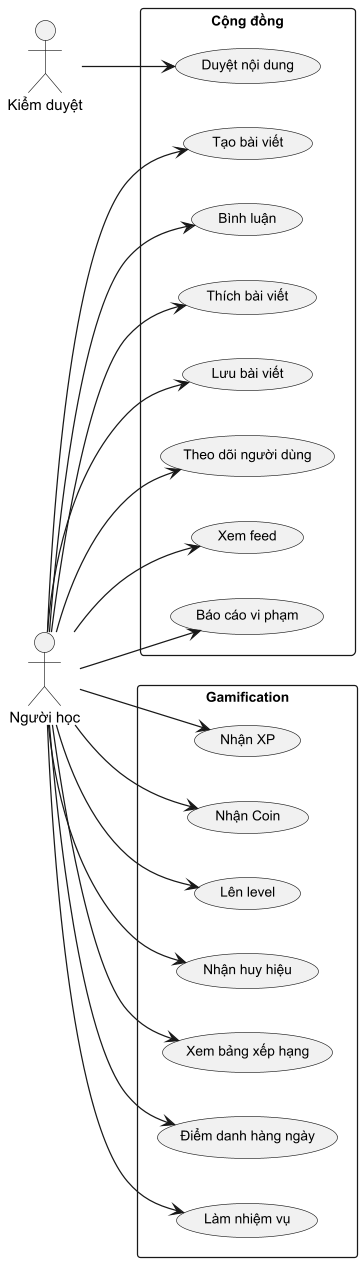
Before: diagrams/uc-social-detail.png, a diagram exported from PlantUML (Lamdzmaoda/Project).
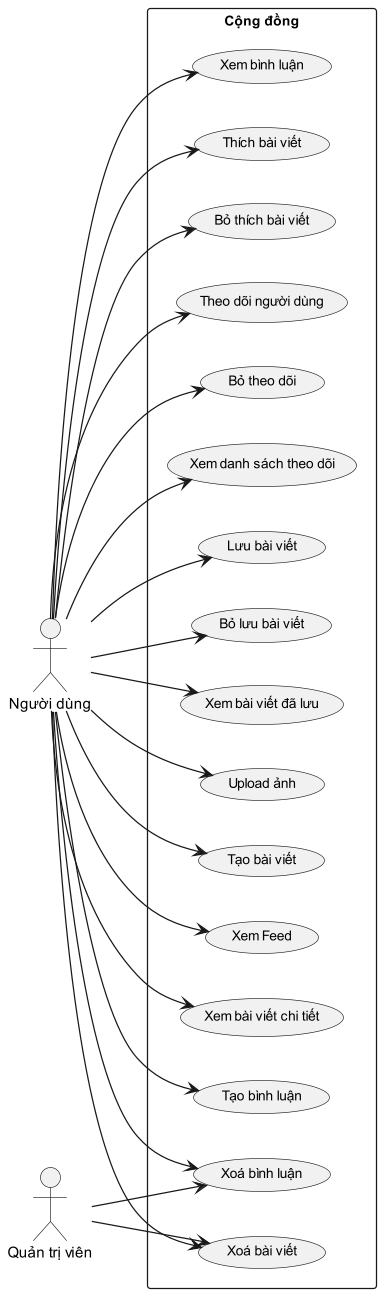
Above is the later version.

Change to the diagram source:
```diff
@@ -7,45 +7,46 @@
 
 left to right direction
 
-actor "Người học" as USER
-actor "Kiểm duyệt" as MOD
+actor "Người dùng" as USER
+actor "Quản trị viên" as ADMIN
 
 rectangle "Cộng đồng" {
-  (Tạo bài viết) as C1
-  (Bình luận) as C2
-  (Thích bài viết) as C3
-  (Lưu bài viết) as C4
-  (Theo dõi người dùng) as C5
-  (Xem feed) as C6
-  (Báo cáo vi phạm) as C7
-  (Duyệt nội dung) as C8
+  (Tạo bài viết) as S1
+  (Xem Feed) as S2
+  (Xem bài viết chi tiết) as S3
+  (Xoá bài viết) as S4
+  (Tạo bình luận) as S5
+  (Xem bình luận) as S6
+  (Xoá bình luận) as S7
+  (Thích bài viết) as S8
+  (Bỏ thích bài viết) as S9
+  (Theo dõi người dùng) as S10
+  (Bỏ theo dõi) as S11
+  (Xem danh sách theo dõi) as S12
+  (Lưu bài viết) as S13
+  (Bỏ lưu bài viết) as S14
+  (Xem bài viết đã lưu) as S15
+  (Upload ảnh) as S16
 
-  USER --> C1
-  USER --> C2
-  USER --> C3
-  USER --> C4
-  USER --> C5
-  USER --> C6
-  USER --> C7
-  MOD --> C8
-}
+  USER --> S1
+  USER --> S2
+  USER --> S3
+  USER --> S4
+  USER --> S5
+  USER --> S6
+  USER --> S7
+  USER --> S8
+  USER --> S9
+  USER --> S10
+  USER --> S11
+  USER --> S12
+  USER --> S13
+  USER --> S14
+  USER --> S15
+  USER --> S16
 
-rectangle "Gamification" {
-  (Nhận XP) as G1
-  (Nhận Coin) as G2
-  (Lên level) as G3
-  (Nhận huy hiệu) as G4
-  (Xem bảng xếp hạng) as G5
-  (Điểm danh hàng ngày) as G6
-  (Làm nhiệm vụ) as G7
-
-  USER --> G1
-  USER --> G2
-  USER --> G3
-  USER --> G4
-  USER --> G5
-  USER --> G6
-  USER --> G7
+  ADMIN --> S4
+  ADMIN --> S7
 }
 
 @enduml
```
